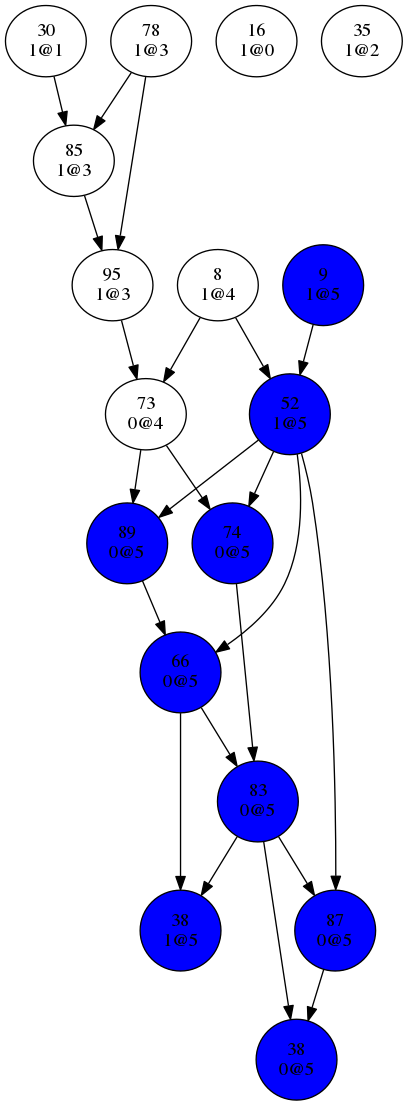
This is dev/bin/conflictGraph0.png from Oxmose/SATSolver, a Graphviz export, as it was before one commit. Its source is kept beside it as dev/bin/conflictGraph0.dot.
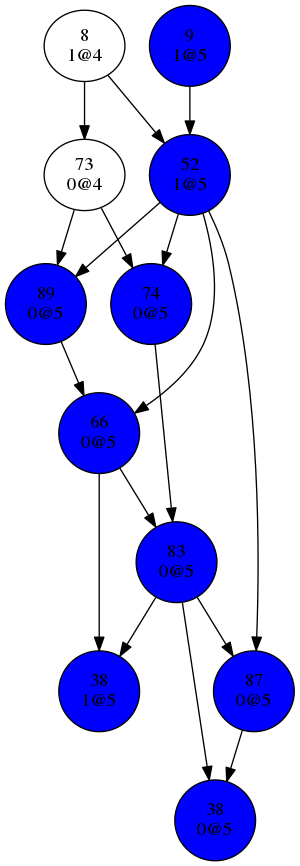
Later version of the same file.

Diff of the diagram source:
```diff
@@ -2,19 +2,9 @@
 "8
 1@4"->"52
 1@5";
-"8
-1@4"->"73
-0@4";
 "9
 1@5"->"52
 1@5";
-"16
-1@0";
-"30
-1@1"->"85
-1@3";
-"35
-1@2";
 "38
 0@5";
 "38
@@ -46,12 +36,6 @@
 "74
 0@5"->"83
 0@5";
-"78
-1@3"->"85
-1@3";
-"78
-1@3"->"95
-1@3";
 "83
 0@5"->"38
 0@5";
@@ -61,18 +45,12 @@
 "83
 0@5"->"87
 0@5";
-"85
-1@3"->"95
-1@3";
 "87
 0@5"->"38
 0@5";
 "89
 0@5"->"66
 0@5";
-"95
-1@3"->"73
-0@4";
 "9
 1@5"[shape=circle, style=filled, fillcolor=blue];
 "38
```
